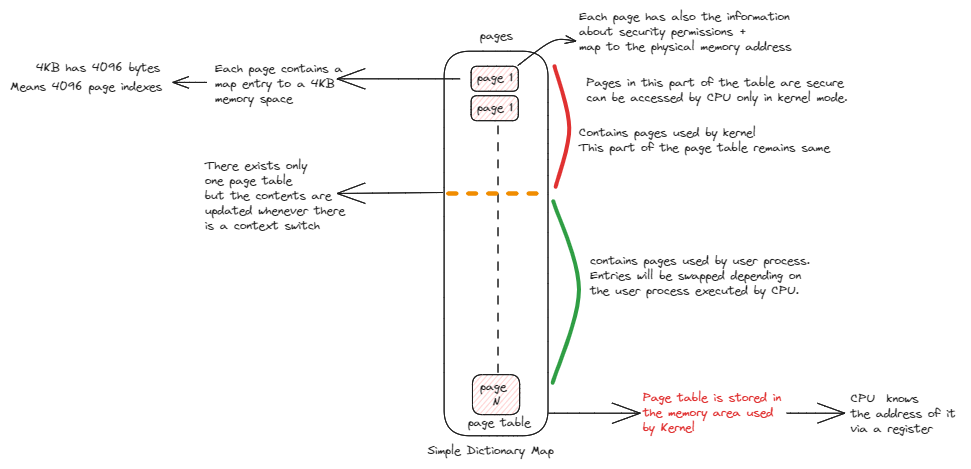
This is static/img/memory-pages.excalidraw.png from swaroopar/inprogress-engineer, a Excalidraw export, as it was before one commit. Source tidied: one line per element, renumbered; positions are measured from the earlier drawing's top-left corner, leaving out a move shared by most shapes. The source it was exported from:
```json
{"id": 0, "type": "rectangle", "strokeColor": "#1e1e1e", "strokeWidth": 1, "roughness": 0, "round": true, "x": 434, "y": 41, "width": 104, "height": 385}
{"id": 1, "type": "text", "text": "page table", "strokeColor": "#1e1e1e", "strokeWidth": 1, "roughness": 0, "fontSize": 11.94, "fontFamily": 1, "x": 458, "y": 406, "width": 63, "height": 15}
{"id": 2, "type": "rectangle", "strokeColor": "#1e1e1e", "backgroundColor": "#ffc9c9", "fillStyle": "hachure", "strokeWidth": 1, "roughness": 0, "round": true, "x": 461, "y": 56, "width": 47, "height": 25}
{"id": 3, "type": "text", "text": "page 1", "strokeColor": "#1e1e1e", "strokeWidth": 1, "roughness": 0, "fontSize": 11.94, "fontFamily": 1, "textAlign": "center", "verticalAlign": "middle", "inside": 2, "x": 467, "y": 61, "width": 36, "height": 15}
{"id": 4, "type": "rectangle", "strokeColor": "#1e1e1e", "backgroundColor": "#ffc9c9", "fillStyle": "hachure", "strokeWidth": 1, "roughness": 0, "round": true, "x": 461, "y": 86, "width": 47, "height": 25}
{"id": 5, "type": "text", "text": "page 1", "strokeColor": "#1e1e1e", "strokeWidth": 1, "roughness": 0, "fontSize": 11.94, "fontFamily": 1, "textAlign": "center", "verticalAlign": "middle", "inside": 4, "x": 467, "y": 91, "width": 36, "height": 15}
{"id": 6, "type": "rectangle", "strokeColor": "#1e1e1e", "backgroundColor": "#ffc9c9", "fillStyle": "hachure", "strokeWidth": 1, "roughness": 0, "round": true, "x": 462, "y": 365, "width": 47, "height": 40}
{"id": 7, "type": "text", "text": "page \nN", "strokeColor": "#1e1e1e", "strokeWidth": 1, "roughness": 0, "fontSize": 11.94, "fontFamily": 1, "textAlign": "center", "verticalAlign": "middle", "inside": 6, "x": 470, "y": 370, "width": 32, "height": 30}
{"id": 8, "type": "line", "strokeColor": "#1e1e1e", "strokeWidth": 1, "strokeStyle": "dashed", "roughness": 0, "round": true, "x": 488, "y": 116, "width": 0, "height": 250, "points": [[0, 0], [0, 250]]}
{"id": 9, "type": "text", "text": "pages", "strokeColor": "#1e1e1e", "strokeWidth": 1, "strokeStyle": "dashed", "roughness": 0, "fontSize": 11.94, "fontFamily": 1, "x": 470, "y": 19, "width": 33, "height": 15}
{"id": 10, "type": "arrow", "strokeColor": "#1e1e1e", "strokeWidth": 1, "roughness": 0, "endArrowhead": "arrow", "round": true, "from": 2, "x": 450, "y": 69, "width": 123, "height": 0, "points": [[0, 0], [-123, 0]]}
{"id": 11, "type": "text", "text": "Each page contains a \nmap entry to a 4KB\nmemory space", "strokeColor": "#1e1e1e", "strokeWidth": 1, "roughness": 0, "fontSize": 11.94, "fontFamily": 1, "x": 205, "y": 52, "width": 134, "height": 45}
{"id": 12, "type": "text", "text": "Simple Dictionary Map", "strokeColor": "#1e1e1e", "strokeWidth": 1, "roughness": 0, "fontSize": 11.94, "fontFamily": 1, "x": 418, "y": 434, "width": 126, "height": 15}
{"id": 13, "type": "arrow", "strokeColor": "#1e1e1e", "strokeWidth": 1, "roughness": 0, "endArrowhead": "arrow", "round": true, "from": 0, "x": 433, "y": 182, "width": 106, "height": 1, "points": [[0, 0], [-106, 1]]}
{"id": 14, "type": "text", "text": "There exists only \none page table \nbut the contents are \nupdated whenever there \nis a context switch", "strokeColor": "#1e1e1e", "strokeWidth": 1, "roughness": 0, "fontSize": 11.94, "fontFamily": 1, "x": 195, "y": 149, "width": 146, "height": 75}
{"id": 15, "type": "arrow", "strokeColor": "#1e1e1e", "strokeWidth": 1, "roughness": 0, "endArrowhead": "arrow", "round": true, "from": 0, "x": 539, "y": 403, "width": 92, "height": 0, "points": [[0, 0], [92, 0]]}
{"id": 16, "type": "text", "text": "Page table is stored in \nthe memory area used \nby Kernel", "strokeColor": "#e03131", "strokeWidth": 1, "roughness": 0, "fontSize": 11.94, "fontFamily": 1, "x": 633, "y": 381, "width": 144, "height": 45}
{"id": 17, "type": "line", "strokeColor": "#f08c00", "backgroundColor": "#ffec99", "fillStyle": "solid", "strokeWidth": 4, "strokeStyle": "dashed", "roughness": 0, "round": true, "x": 438, "y": 183, "width": 95, "height": 0, "points": [[0, 0], [95, 0]]}
{"id": 18, "type": "arrow", "strokeColor": "#1e1e1e", "strokeWidth": 1, "roughness": 0, "endArrowhead": "arrow", "round": true, "x": 777, "y": 403, "width": 58, "height": 0, "points": [[0, 0], [58, 0]]}
{"id": 19, "type": "text", "text": "CPU  knows \nthe address of it \nvia a register", "strokeColor": "#1e1e1e", "strokeWidth": 1, "roughness": 0, "fontSize": 11.94, "fontFamily": 1, "x": 841, "y": 382, "width": 111, "height": 45}
{"id": 20, "type": "line", "strokeColor": "#e03131", "strokeWidth": 4, "roughness": 0, "round": true, "x": 544, "y": 56, "width": 15, "height": 121, "points": [[0, 0], [15, 62], [1, 121]]}
{"id": 21, "type": "text", "text": "Contains pages used by kernel\nThis part of the page table remains same", "strokeColor": "#1e1e1e", "strokeWidth": 1, "roughness": 0, "fontSize": 11.94, "fontFamily": 1, "x": 569, "y": 116, "width": 251, "height": 30}
{"id": 22, "type": "line", "strokeColor": "#2f9e44", "strokeWidth": 4, "roughness": 0, "round": true, "x": 543, "y": 191, "width": 26, "height": 182, "points": [[0, 0], [26, 88], [-1, 182]]}
{"id": 23, "type": "text", "text": "contains pages used by user process.\nEntries will be swapped depending on \nthe user process executed by CPU.", "strokeColor": "#1e1e1e", "strokeWidth": 1, "roughness": 0, "fontSize": 11.94, "fontFamily": 1, "x": 580, "y": 244, "width": 220, "height": 45}
{"id": 24, "type": "text", "text": "Pages in this part of the table are secure\ncan be accessed by CPU only in kernel mode.", "strokeColor": "#1e1e1e", "strokeWidth": 1, "roughness": 0, "fontSize": 11.94, "fontFamily": 1, "x": 576, "y": 66, "width": 261, "height": 30}
{"id": 25, "type": "arrow", "strokeColor": "#1e1e1e", "strokeWidth": 1, "roughness": 0, "endArrowhead": "arrow", "round": true, "from": 2, "to": 26, "x": 508, "y": 56, "width": 58, "height": 24, "points": [[0, 0], [35, -24], [58, -24]]}
{"id": 26, "type": "text", "text": "Each page has also the information \nabout security permissions + \nmap to the physical memory address", "strokeColor": "#1e1e1e", "strokeWidth": 1, "roughness": 0, "fontSize": 11.94, "fontFamily": 1, "x": 569, "y": 0, "width": 217, "height": 45}
{"id": 27, "type": "arrow", "strokeColor": "#1e1e1e", "backgroundColor": "#ffec99", "fillStyle": "solid", "strokeWidth": 1, "roughness": 0, "endArrowhead": "arrow", "round": true, "x": 197, "y": 72, "width": 34, "height": 0, "points": [[0, 0], [-34, 0]]}
{"id": 28, "type": "text", "text": "4KB has 4096 bytes", "strokeColor": "#1e1e1e", "backgroundColor": "#ffec99", "fillStyle": "solid", "strokeWidth": 1, "roughness": 0, "fontSize": 11.94, "fontFamily": 1, "x": 26, "y": 51, "width": 124, "height": 15}
{"id": 29, "type": "text", "text": "Means 4096 page indexes", "strokeColor": "#1e1e1e", "backgroundColor": "#ffec99", "fillStyle": "solid", "strokeWidth": 1, "roughness": 0, "fontSize": 11.94, "fontFamily": 1, "x": 0, "y": 70, "width": 152, "height": 15}
```
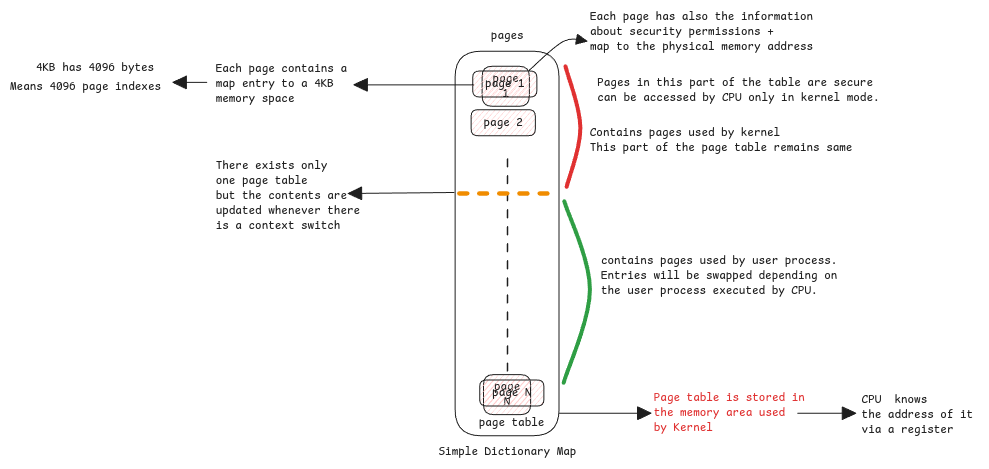
Above is the later version.

The edit, as a diff of the source:
```diff
@@ -1,30 +1,30 @@
 {"id": 0, "type": "rectangle", "strokeColor": "#1e1e1e", "strokeWidth": 1, "roughness": 0, "round": true, "x": 434, "y": 41, "width": 104, "height": 385}
-{"id": 1, "type": "text", "text": "page table", "strokeColor": "#1e1e1e", "strokeWidth": 1, "roughness": 0, "fontSize": 11.94, "fontFamily": 1, "x": 458, "y": 406, "width": 63, "height": 15}
+{"id": 1, "type": "text", "text": "page table", "strokeColor": "#1e1e1e", "strokeWidth": 1, "roughness": 0, "fontSize": 11.94, "fontFamily": 8, "x": 458, "y": 406, "width": 66, "height": 15}
-{"id": 2, "type": "rectangle", "strokeColor": "#1e1e1e", "backgroundColor": "#ffc9c9", "fillStyle": "hachure", "strokeWidth": 1, "roughness": 0, "round": true, "x": 461, "y": 56, "width": 47, "height": 25}
-{"id": 3, "type": "text", "text": "page 1", "strokeColor": "#1e1e1e", "strokeWidth": 1, "roughness": 0, "fontSize": 11.94, "fontFamily": 1, "textAlign": "center", "verticalAlign": "middle", "inside": 2, "x": 467, "y": 61, "width": 36, "height": 15}
-{"id": 4, "type": "rectangle", "strokeColor": "#1e1e1e", "backgroundColor": "#ffc9c9", "fillStyle": "hachure", "strokeWidth": 1, "roughness": 0, "round": true, "x": 461, "y": 86, "width": 47, "height": 25}
+{"id": 4, "type": "rectangle", "strokeColor": "#1e1e1e", "backgroundColor": "#ffc9c9", "fillStyle": "hachure", "strokeWidth": 1, "roughness": 0, "round": true, "x": 450, "y": 100, "width": 64, "height": 26}
-{"id": 5, "type": "text", "text": "page 1", "strokeColor": "#1e1e1e", "strokeWidth": 1, "roughness": 0, "fontSize": 11.94, "fontFamily": 1, "textAlign": "center", "verticalAlign": "middle", "inside": 4, "x": 467, "y": 91, "width": 36, "height": 15}
+{"id": 5, "type": "text", "text": "page 2", "strokeColor": "#1e1e1e", "strokeWidth": 1, "roughness": 0, "fontSize": 11.94, "fontFamily": 8, "textAlign": "center", "verticalAlign": "middle", "inside": 4, "x": 463, "y": 105, "width": 39, "height": 15}
-{"id": 6, "type": "rectangle", "strokeColor": "#1e1e1e", "backgroundColor": "#ffc9c9", "fillStyle": "hachure", "strokeWidth": 1, "roughness": 0, "round": true, "x": 462, "y": 365, "width": 47, "height": 40}
-{"id": 7, "type": "text", "text": "page \nN", "strokeColor": "#1e1e1e", "strokeWidth": 1, "roughness": 0, "fontSize": 11.94, "fontFamily": 1, "textAlign": "center", "verticalAlign": "middle", "inside": 6, "x": 470, "y": 370, "width": 32, "height": 30}
-{"id": 8, "type": "line", "strokeColor": "#1e1e1e", "strokeWidth": 1, "strokeStyle": "dashed", "roughness": 0, "round": true, "x": 488, "y": 116, "width": 0, "height": 250, "points": [[0, 0], [0, 250]]}
+{"id": 8, "type": "line", "strokeColor": "#1e1e1e", "strokeWidth": 1, "strokeStyle": "dashed", "roughness": 0, "endArrowhead": "triangle", "round": true, "x": 486, "y": 149, "width": 0, "height": 217, "points": [[0, 0], [0, 217]]}
-{"id": 9, "type": "text", "text": "pages", "strokeColor": "#1e1e1e", "strokeWidth": 1, "strokeStyle": "dashed", "roughness": 0, "fontSize": 11.94, "fontFamily": 1, "x": 470, "y": 19, "width": 33, "height": 15}
+{"id": 9, "type": "text", "text": "pages", "strokeColor": "#1e1e1e", "strokeWidth": 1, "strokeStyle": "dashed", "roughness": 0, "fontSize": 11.94, "fontFamily": 8, "x": 470, "y": 19, "width": 33, "height": 15}
-{"id": 10, "type": "arrow", "strokeColor": "#1e1e1e", "strokeWidth": 1, "roughness": 0, "endArrowhead": "arrow", "round": true, "from": 2, "x": 450, "y": 69, "width": 123, "height": 0, "points": [[0, 0], [-123, 0]]}
+{"id": 10, "type": "arrow", "strokeColor": "#1e1e1e", "strokeWidth": 1, "roughness": 0, "endArrowhead": "triangle", "round": true, "from": 4, "x": 453, "y": 75, "width": 120, "height": 0, "points": [[0, 0], [-120, 0]]}
-{"id": 11, "type": "text", "text": "Each page contains a \nmap entry to a 4KB\nmemory space", "strokeColor": "#1e1e1e", "strokeWidth": 1, "roughness": 0, "fontSize": 11.94, "fontFamily": 1, "x": 205, "y": 52, "width": 134, "height": 45}
+{"id": 11, "type": "text", "text": "Each page contains a \nmap entry to a 4KB\nmemory space", "strokeColor": "#1e1e1e", "strokeWidth": 1, "roughness": 0, "fontSize": 11.94, "fontFamily": 8, "x": 195, "y": 51, "width": 138, "height": 45}
-{"id": 12, "type": "text", "text": "Simple Dictionary Map", "strokeColor": "#1e1e1e", "strokeWidth": 1, "roughness": 0, "fontSize": 11.94, "fontFamily": 1, "x": 418, "y": 434, "width": 126, "height": 15}
+{"id": 12, "type": "text", "text": "Simple Dictionary Map", "strokeColor": "#1e1e1e", "strokeWidth": 1, "roughness": 0, "fontSize": 11.94, "fontFamily": 8, "x": 418, "y": 434, "width": 138, "height": 15}
-{"id": 13, "type": "arrow", "strokeColor": "#1e1e1e", "strokeWidth": 1, "roughness": 0, "endArrowhead": "arrow", "round": true, "from": 0, "x": 433, "y": 182, "width": 106, "height": 1, "points": [[0, 0], [-106, 1]]}
+{"id": 13, "type": "arrow", "strokeColor": "#1e1e1e", "strokeWidth": 1, "roughness": 0, "endArrowhead": "triangle", "round": true, "from": 0, "x": 433, "y": 182, "width": 106, "height": 1, "points": [[0, 0], [-106, 1]]}
-{"id": 14, "type": "text", "text": "There exists only \none page table \nbut the contents are \nupdated whenever there \nis a context switch", "strokeColor": "#1e1e1e", "strokeWidth": 1, "roughness": 0, "fontSize": 11.94, "fontFamily": 1, "x": 195, "y": 149, "width": 146, "height": 75}
+{"id": 14, "type": "text", "text": "There exists only \none page table \nbut the contents are \nupdated whenever there \nis a context switch", "strokeColor": "#1e1e1e", "strokeWidth": 1, "roughness": 0, "fontSize": 11.94, "fontFamily": 8, "x": 195, "y": 149, "width": 151, "height": 75}
-{"id": 15, "type": "arrow", "strokeColor": "#1e1e1e", "strokeWidth": 1, "roughness": 0, "endArrowhead": "arrow", "round": true, "from": 0, "x": 539, "y": 403, "width": 92, "height": 0, "points": [[0, 0], [92, 0]]}
+{"id": 15, "type": "arrow", "strokeColor": "#1e1e1e", "strokeWidth": 1, "roughness": 0, "endArrowhead": "triangle", "round": true, "from": 0, "x": 539, "y": 403, "width": 92, "height": 0, "points": [[0, 0], [92, 0]]}
-{"id": 16, "type": "text", "text": "Page table is stored in \nthe memory area used \nby Kernel", "strokeColor": "#e03131", "strokeWidth": 1, "roughness": 0, "fontSize": 11.94, "fontFamily": 1, "x": 633, "y": 381, "width": 144, "height": 45}
+{"id": 16, "type": "text", "text": "Page table is stored in \nthe memory area used \nby Kernel", "strokeColor": "#e03131", "strokeWidth": 1, "roughness": 0, "fontSize": 11.94, "fontFamily": 8, "x": 633, "y": 381, "width": 158, "height": 45}
-{"id": 17, "type": "line", "strokeColor": "#f08c00", "backgroundColor": "#ffec99", "fillStyle": "solid", "strokeWidth": 4, "strokeStyle": "dashed", "roughness": 0, "round": true, "x": 438, "y": 183, "width": 95, "height": 0, "points": [[0, 0], [95, 0]]}
+{"id": 17, "type": "line", "strokeColor": "#f08c00", "backgroundColor": "#ffec99", "fillStyle": "solid", "strokeWidth": 4, "strokeStyle": "dashed", "roughness": 0, "endArrowhead": "triangle", "round": true, "x": 438, "y": 183, "width": 95, "height": 0, "points": [[0, 0], [95, 0]]}
-{"id": 18, "type": "arrow", "strokeColor": "#1e1e1e", "strokeWidth": 1, "roughness": 0, "endArrowhead": "arrow", "round": true, "x": 777, "y": 403, "width": 58, "height": 0, "points": [[0, 0], [58, 0]]}
+{"id": 18, "type": "arrow", "strokeColor": "#1e1e1e", "strokeWidth": 1, "roughness": 0, "endArrowhead": "triangle", "round": true, "x": 777, "y": 403, "width": 58, "height": 0, "points": [[0, 0], [58, 0]]}
-{"id": 19, "type": "text", "text": "CPU  knows \nthe address of it \nvia a register", "strokeColor": "#1e1e1e", "strokeWidth": 1, "roughness": 0, "fontSize": 11.94, "fontFamily": 1, "x": 841, "y": 382, "width": 111, "height": 45}
+{"id": 19, "type": "text", "text": "CPU  knows \nthe address of it \nvia a register", "strokeColor": "#1e1e1e", "strokeWidth": 1, "roughness": 0, "fontSize": 11.94, "fontFamily": 8, "x": 841, "y": 382, "width": 118, "height": 45}
-{"id": 20, "type": "line", "strokeColor": "#e03131", "strokeWidth": 4, "roughness": 0, "round": true, "x": 544, "y": 56, "width": 15, "height": 121, "points": [[0, 0], [15, 62], [1, 121]]}
+{"id": 20, "type": "line", "strokeColor": "#e03131", "strokeWidth": 4, "roughness": 0, "endArrowhead": "triangle", "round": true, "x": 544, "y": 56, "width": 15, "height": 121, "points": [[0, 0], [15, 62], [1, 121]]}
-{"id": 21, "type": "text", "text": "Contains pages used by kernel\nThis part of the page table remains same", "strokeColor": "#1e1e1e", "strokeWidth": 1, "roughness": 0, "fontSize": 11.94, "fontFamily": 1, "x": 569, "y": 116, "width": 251, "height": 30}
+{"id": 21, "type": "text", "text": "Contains pages used by kernel\nThis part of the page table remains same", "strokeColor": "#1e1e1e", "strokeWidth": 1, "roughness": 0, "fontSize": 11.94, "fontFamily": 8, "x": 569, "y": 116, "width": 263, "height": 30}
-{"id": 22, "type": "line", "strokeColor": "#2f9e44", "strokeWidth": 4, "roughness": 0, "round": true, "x": 543, "y": 191, "width": 26, "height": 182, "points": [[0, 0], [26, 88], [-1, 182]]}
+{"id": 22, "type": "line", "strokeColor": "#2f9e44", "strokeWidth": 4, "roughness": 0, "endArrowhead": "triangle", "round": true, "x": 543, "y": 191, "width": 26, "height": 182, "points": [[0, 0], [26, 88], [-1, 182]]}
-{"id": 23, "type": "text", "text": "contains pages used by user process.\nEntries will be swapped depending on \nthe user process executed by CPU.", "strokeColor": "#1e1e1e", "strokeWidth": 1, "roughness": 0, "fontSize": 11.94, "fontFamily": 1, "x": 580, "y": 244, "width": 220, "height": 45}
+{"id": 23, "type": "text", "text": "contains pages used by user process.\nEntries will be swapped depending on \nthe user process executed by CPU.", "strokeColor": "#1e1e1e", "strokeWidth": 1, "roughness": 0, "fontSize": 11.94, "fontFamily": 8, "x": 580, "y": 244, "width": 243, "height": 45}
-{"id": 24, "type": "text", "text": "Pages in this part of the table are secure\ncan be accessed by CPU only in kernel mode.", "strokeColor": "#1e1e1e", "strokeWidth": 1, "roughness": 0, "fontSize": 11.94, "fontFamily": 1, "x": 576, "y": 66, "width": 261, "height": 30}
+{"id": 24, "type": "text", "text": "Pages in this part of the table are secure\ncan be accessed by CPU only in kernel mode.", "strokeColor": "#1e1e1e", "strokeWidth": 1, "roughness": 0, "fontSize": 11.94, "fontFamily": 8, "x": 576, "y": 66, "width": 282, "height": 30}
-{"id": 25, "type": "arrow", "strokeColor": "#1e1e1e", "strokeWidth": 1, "roughness": 0, "endArrowhead": "arrow", "round": true, "from": 2, "to": 26, "x": 508, "y": 56, "width": 58, "height": 24, "points": [[0, 0], [35, -24], [58, -24]]}
+{"id": 25, "type": "arrow", "strokeColor": "#1e1e1e", "strokeWidth": 1, "roughness": 0, "endArrowhead": "triangle", "round": true, "to": 26, "x": 508, "y": 60, "width": 58, "height": 29, "points": [[0, 0], [35, -29], [58, -29]]}
-{"id": 26, "type": "text", "text": "Each page has also the information \nabout security permissions + \nmap to the physical memory address", "strokeColor": "#1e1e1e", "strokeWidth": 1, "roughness": 0, "fontSize": 11.94, "fontFamily": 1, "x": 569, "y": 0, "width": 217, "height": 45}
+{"id": 26, "type": "text", "text": "Each page has also the information \nabout security permissions + \nmap to the physical memory address", "strokeColor": "#1e1e1e", "strokeWidth": 1, "roughness": 0, "fontSize": 11.94, "fontFamily": 8, "x": 569, "y": 0, "width": 230, "height": 45}
-{"id": 27, "type": "arrow", "strokeColor": "#1e1e1e", "backgroundColor": "#ffec99", "fillStyle": "solid", "strokeWidth": 1, "roughness": 0, "endArrowhead": "arrow", "round": true, "x": 197, "y": 72, "width": 34, "height": 0, "points": [[0, 0], [-34, 0]]}
+{"id": 27, "type": "arrow", "strokeColor": "#1e1e1e", "backgroundColor": "#ffec99", "fillStyle": "solid", "strokeWidth": 1, "roughness": 0, "endArrowhead": "triangle", "round": true, "x": 186, "y": 72, "width": 34, "height": 0, "points": [[0, 0], [-34, 0]]}
-{"id": 28, "type": "text", "text": "4KB has 4096 bytes", "strokeColor": "#1e1e1e", "backgroundColor": "#ffec99", "fillStyle": "solid", "strokeWidth": 1, "roughness": 0, "fontSize": 11.94, "fontFamily": 1, "x": 26, "y": 51, "width": 124, "height": 15}
+{"id": 28, "type": "text", "text": "4KB has 4096 bytes", "strokeColor": "#1e1e1e", "backgroundColor": "#ffec99", "fillStyle": "solid", "strokeWidth": 1, "roughness": 0, "fontSize": 11.94, "fontFamily": 8, "x": 15, "y": 51, "width": 118, "height": 15}
-{"id": 29, "type": "text", "text": "Means 4096 page indexes", "strokeColor": "#1e1e1e", "backgroundColor": "#ffec99", "fillStyle": "solid", "strokeWidth": 1, "roughness": 0, "fontSize": 11.94, "fontFamily": 1, "x": 0, "y": 70, "width": 152, "height": 15}
+{"id": 29, "type": "text", "text": "Means 4096 page indexes", "strokeColor": "#1e1e1e", "backgroundColor": "#ffec99", "fillStyle": "solid", "strokeWidth": 1, "roughness": 0, "fontSize": 11.94, "fontFamily": 8, "x": -11, "y": 70, "width": 151, "height": 15}
+{"id": 30, "type": "rectangle", "strokeColor": "#1e1e1e", "backgroundColor": "#ffc9c9", "fillStyle": "hachure", "strokeWidth": 1, "roughness": 0, "round": true, "x": 452, "y": 61, "width": 64, "height": 26}
+{"id": 3, "type": "text", "text": "page 1", "strokeColor": "#1e1e1e", "strokeWidth": 1, "roughness": 0, "fontSize": 11.94, "fontFamily": 8, "textAlign": "center", "verticalAlign": "middle", "inside": 30, "x": 464, "y": 67, "width": 39, "height": 15}
+{"id": 31, "type": "rectangle", "strokeColor": "#1e1e1e", "backgroundColor": "#ffc9c9", "fillStyle": "hachure", "strokeWidth": 1, "roughness": 0, "round": true, "x": 459, "y": 370, "width": 64, "height": 26}
+{"id": 7, "type": "text", "text": "page N", "strokeColor": "#1e1e1e", "strokeWidth": 1, "roughness": 0, "fontSize": 11.94, "fontFamily": 8, "textAlign": "center", "verticalAlign": "middle", "inside": 31, "x": 471, "y": 376, "width": 39, "height": 15}
```
